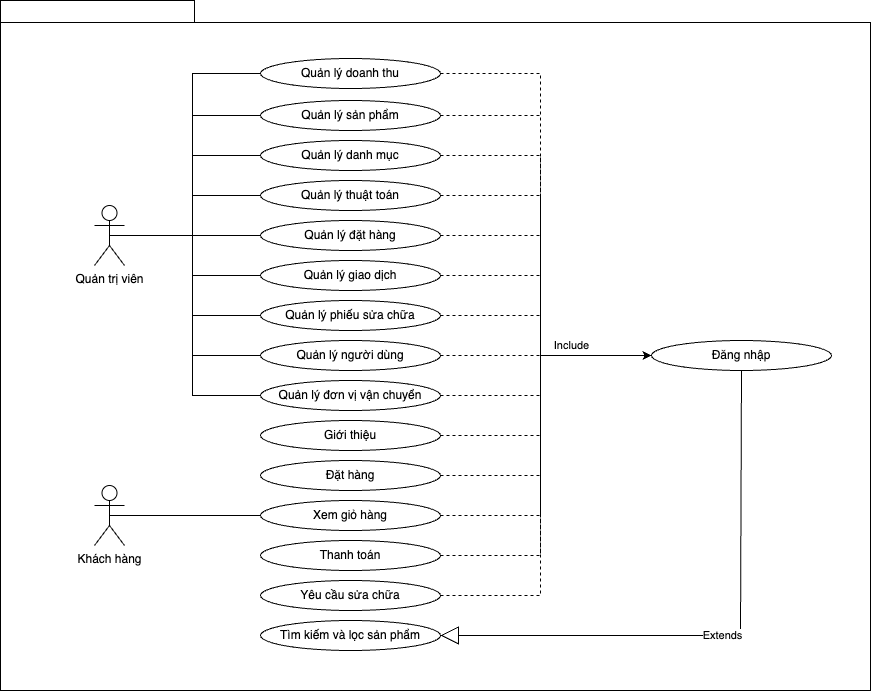
lesongvi/dhelpproject keeps this draw.io diagram as UCGeneral.drawio.png. Above is the earlier version. Source tidied: cells renumbered, new cells last; positions are measured from the earlier drawing's top-left corner, leaving out a move shared by most shapes.
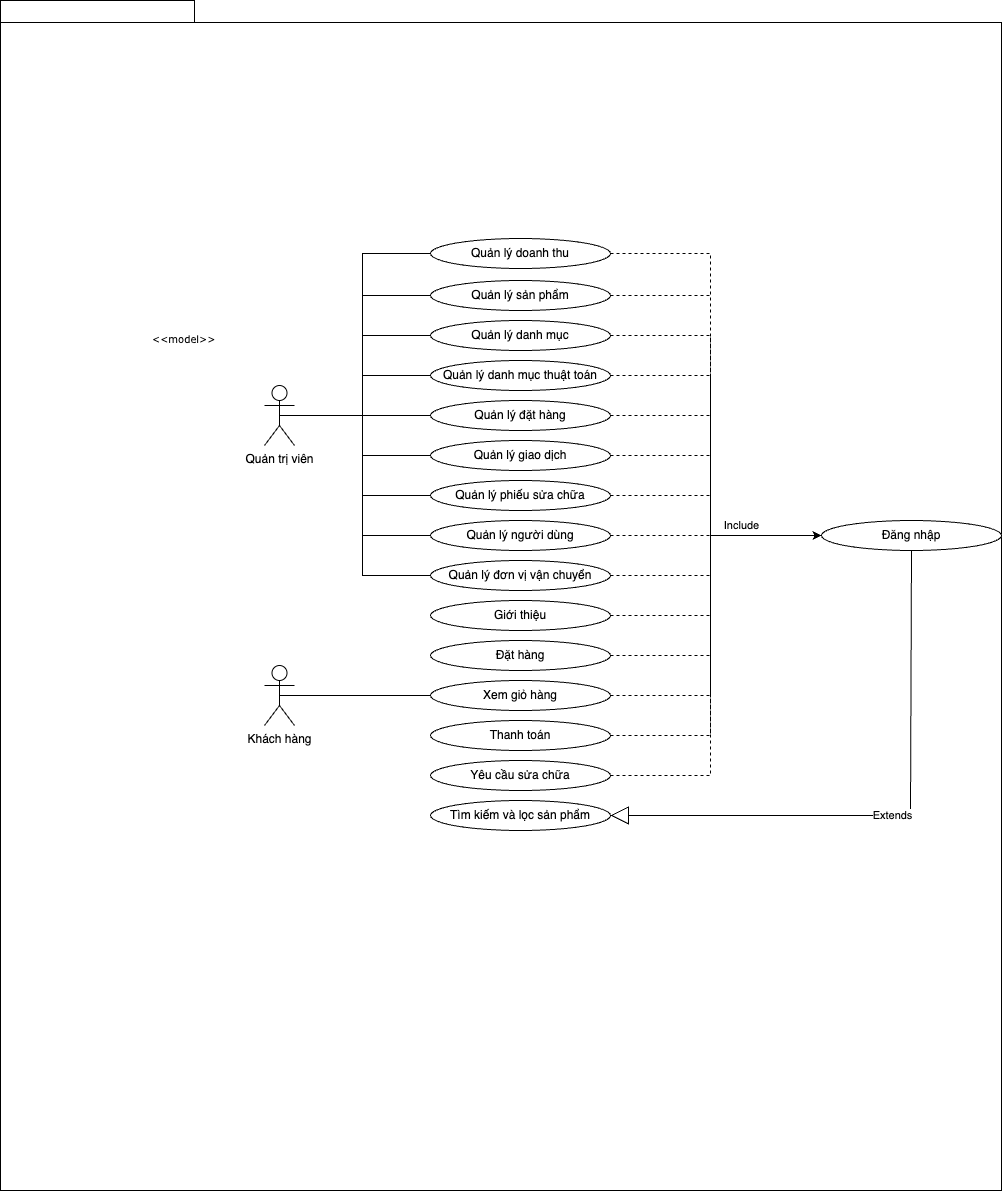
Later version of the same file.

Change to the diagram source:
```diff
@@ -3,8 +3,11 @@
     <mxCell id="0" />
     <mxCell id="1" parent="0" />
     <mxCell id="2" style="shape=folder;fontStyle=1;spacingTop=10;tabWidth=194;tabHeight=22;tabPosition=left;html=1;rounded=0;shadow=0;comic=0;labelBackgroundColor=none;strokeWidth=1;fillColor=none;fontFamily=Verdana;fontSize=10;align=center;" parent="1" vertex="1">
-      <mxGeometry width="870" height="690" as="geometry" />
+      <mxGeometry x="-170" y="-180" width="1001" height="1190" as="geometry" />
     </mxCell>
+    <mxCell id="47" value="&amp;lt;&amp;lt;model&amp;gt;&amp;gt;" style="text;html=1;align=left;verticalAlign=top;spacingTop=-4;fontSize=10;fontFamily=Verdana;" parent="1" vertex="1">
+      <mxGeometry x="-20" y="150" width="130" height="20" as="geometry" />
+    </mxCell>
     <mxCell id="3" value="Quản trị viên" style="shape=umlActor;verticalLabelPosition=bottom;verticalAlign=top;html=1;outlineConnect=0;" parent="1" vertex="1">
       <mxGeometry x="94" y="205" width="30" height="60" as="geometry" />
     </mxCell>
@@ -20,7 +23,7 @@
     <mxCell id="7" value="Quản lý danh mục" style="ellipse;whiteSpace=wrap;html=1;" parent="1" vertex="1">
       <mxGeometry x="260" y="140" width="180" height="30" as="geometry" />
     </mxCell>
-    <mxCell id="8" value="Quản lý thuật toán" style="ellipse;whiteSpace=wrap;html=1;" parent="1" vertex="1">
+    <mxCell id="8" value="Quản lý danh mục thuật toán" style="ellipse;whiteSpace=wrap;html=1;" parent="1" vertex="1">
       <mxGeometry x="260" y="180" width="180" height="30" as="geometry" />
     </mxCell>
     <mxCell id="9" value="Quản lý đặt hàng" style="ellipse;whiteSpace=wrap;html=1;" parent="1" vertex="1">
```
